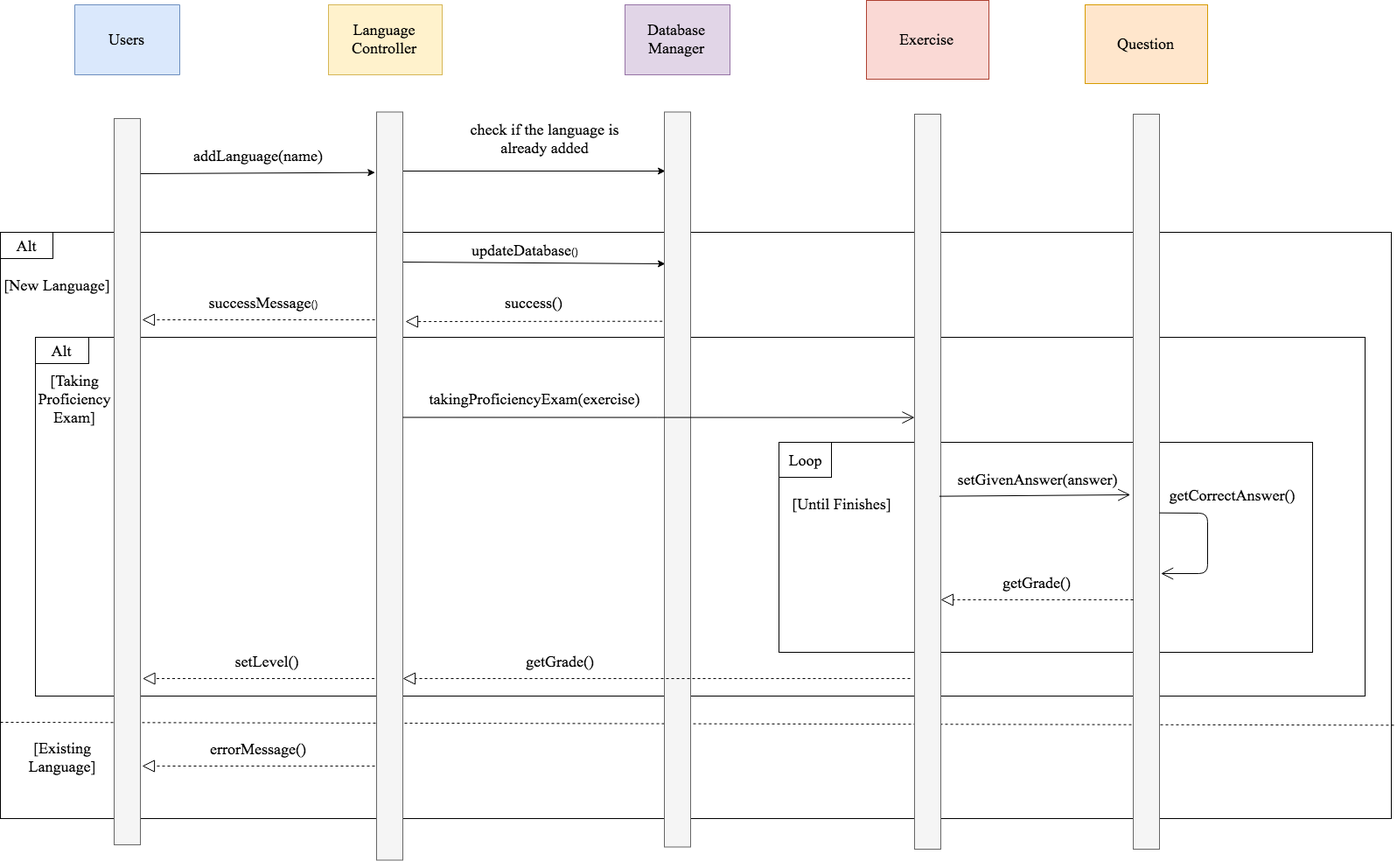
Above: images/SequenceDiagrams/addLang.png in bounswe/bounswe2019group10 (draw.io), before the change. Source tidied: cells renumbered, new cells last; positions are measured from the earlier drawing's top-left corner, leaving out a move shared by most shapes. Its diagram source:
```xml
<mxGraphModel>
  <root>
    <mxCell id="0" />
    <mxCell id="1" parent="0" />
    <mxCell id="2" style="rounded=0;whiteSpace=wrap;html=1;strokeColor=#000000;strokeWidth=1;shadow=0;comic=0;" parent="1" vertex="1">
      <mxGeometry y="265" width="1590" height="670" as="geometry" />
    </mxCell>
    <mxCell id="3" value="&lt;font style=&quot;font-size: 18px&quot; face=&quot;Times New Roman&quot;&gt;Users&lt;/font&gt;" style="html=1;direction=south;fillColor=#dae8fc;strokeColor=#6c8ebf;" parent="1" vertex="1">
      <mxGeometry x="85" y="5" width="120" height="80" as="geometry" />
    </mxCell>
    <mxCell id="4" style="endArrow=classic;html=1;entryX=-0.056;entryY=0.08;entryDx=0;entryDy=0;entryPerimeter=0;" parent="1" edge="1" target="28">
      <mxGeometry relative="1" as="geometry">
        <mxPoint x="160" y="198" as="sourcePoint" />
      </mxGeometry>
    </mxCell>
    <mxCell id="5" value="&lt;font face=&quot;Times New Roman&quot; style=&quot;font-size: 18px&quot;&gt;Language Controller&lt;/font&gt;" style="rounded=0;whiteSpace=wrap;html=1;fillColor=#fff2cc;strokeColor=#d6b656;" parent="1" vertex="1">
      <mxGeometry x="375" y="5" width="130" height="80" as="geometry" />
    </mxCell>
    <mxCell id="6" value="&lt;font face=&quot;Times New Roman&quot; style=&quot;font-size: 18px&quot;&gt;Database Manager&lt;/font&gt;" style="rounded=0;whiteSpace=wrap;html=1;fillColor=#e1d5e7;strokeColor=#9673a6;" parent="1" vertex="1">
      <mxGeometry x="714" y="5" width="120" height="80" as="geometry" />
    </mxCell>
    <mxCell id="7" value="&lt;font face=&quot;Times New Roman&quot; style=&quot;font-size: 18px&quot;&gt;addLanguage(name)&lt;/font&gt;" style="text;html=1;strokeColor=none;fillColor=none;align=center;verticalAlign=middle;whiteSpace=wrap;rounded=0;" parent="1" vertex="1">
      <mxGeometry x="200" y="167.5" width="190" height="20" as="geometry" />
    </mxCell>
    <mxCell id="8" value="&lt;font face=&quot;Times New Roman&quot; style=&quot;font-size: 18px&quot;&gt;check if the language is already added&lt;/font&gt;" style="text;html=1;strokeColor=none;fillColor=none;align=center;verticalAlign=middle;whiteSpace=wrap;rounded=0;" parent="1" vertex="1">
      <mxGeometry x="531" y="127.5" width="183" height="60" as="geometry" />
    </mxCell>
    <mxCell id="9" style="endArrow=classic;html=1;" parent="1" edge="1">
      <mxGeometry relative="1" as="geometry">
        <mxPoint x="460" y="195" as="sourcePoint" />
        <mxPoint x="760" y="195" as="targetPoint" />
      </mxGeometry>
    </mxCell>
    <mxCell id="10" style="rounded=0;whiteSpace=wrap;html=1;shadow=0;glass=0;comic=0;strokeColor=#000000;strokeWidth=1;" parent="1" vertex="1">
      <mxGeometry y="265" width="60" height="30" as="geometry" />
    </mxCell>
    <mxCell id="11" value="&lt;font face=&quot;Times New Roman&quot; style=&quot;font-size: 18px&quot;&gt;Alt&lt;/font&gt;" style="text;html=1;strokeColor=none;fillColor=none;align=center;verticalAlign=middle;whiteSpace=wrap;rounded=0;shadow=0;glass=0;comic=0;direction=south;" parent="1" vertex="1">
      <mxGeometry x="20" y="257.5" width="20" height="45" as="geometry" />
    </mxCell>
    <mxCell id="12" value="&lt;font face=&quot;Times New Roman&quot; style=&quot;font-size: 18px&quot;&gt;[New Language]&lt;/font&gt;" style="text;html=1;strokeColor=none;fillColor=none;align=center;verticalAlign=middle;whiteSpace=wrap;rounded=0;shadow=0;glass=0;comic=0;" parent="1" vertex="1">
      <mxGeometry y="315" width="130" height="20" as="geometry" />
    </mxCell>
    <mxCell id="13" style="endArrow=classic;html=1;" parent="1" edge="1">
      <mxGeometry relative="1" as="geometry">
        <mxPoint x="459" y="299" as="sourcePoint" />
        <mxPoint x="760" y="301" as="targetPoint" />
      </mxGeometry>
    </mxCell>
    <mxCell id="14" value="&lt;font face=&quot;Times New Roman&quot; style=&quot;font-size: 18px&quot;&gt;updateDatabase&lt;/font&gt;()" style="text;html=1;strokeColor=none;fillColor=none;align=center;verticalAlign=middle;whiteSpace=wrap;rounded=0;shadow=0;glass=0;comic=0;" parent="1" vertex="1">
      <mxGeometry x="500" y="275" width="200" height="20" as="geometry" />
    </mxCell>
    <mxCell id="15" value="&lt;font face=&quot;Times New Roman&quot; style=&quot;font-size: 18px&quot;&gt;success()&lt;/font&gt;" style="text;html=1;strokeColor=none;fillColor=none;align=center;verticalAlign=middle;whiteSpace=wrap;rounded=0;shadow=0;glass=0;comic=0;" parent="1" vertex="1">
      <mxGeometry x="540" y="335" width="140" height="20" as="geometry" />
    </mxCell>
    <mxCell id="16" value="&lt;font style=&quot;font-size: 18px&quot; face=&quot;Times New Roman&quot;&gt;successMessage&lt;/font&gt;()" style="text;html=1;strokeColor=none;fillColor=none;align=center;verticalAlign=middle;whiteSpace=wrap;rounded=0;shadow=0;glass=0;comic=0;" parent="1" vertex="1">
      <mxGeometry x="205" y="335" width="190" height="20" as="geometry" />
    </mxCell>
    <mxCell id="17" style="endArrow=none;dashed=1;html=1;exitX=0;exitY=0.835;exitDx=0;exitDy=0;entryX=1.002;entryY=0.842;entryDx=0;entryDy=0;exitPerimeter=0;entryPerimeter=0;" parent="1" edge="1" source="2" target="2">
      <mxGeometry relative="1" as="geometry" />
    </mxCell>
    <mxCell id="18" value="&lt;font face=&quot;Times New Roman&quot; style=&quot;font-size: 18px&quot;&gt;[Existing Language]&lt;/font&gt;" style="text;html=1;strokeColor=none;fillColor=none;align=center;verticalAlign=middle;whiteSpace=wrap;rounded=0;shadow=0;glass=0;comic=0;" parent="1" vertex="1">
      <mxGeometry x="11" y="835" width="120" height="60" as="geometry" />
    </mxCell>
    <mxCell id="19" value="&lt;font face=&quot;Times New Roman&quot; style=&quot;font-size: 18px&quot;&gt;errorMessage()&lt;/font&gt;" style="text;html=1;strokeColor=none;fillColor=none;align=center;verticalAlign=middle;whiteSpace=wrap;rounded=0;shadow=0;glass=0;comic=0;" parent="1" vertex="1">
      <mxGeometry x="225" y="845" width="140" height="20" as="geometry" />
    </mxCell>
    <mxCell id="20" style="endArrow=block;dashed=1;endFill=0;endSize=12;html=1;exitX=-0.078;exitY=0.285;exitDx=0;exitDy=0;exitPerimeter=0;" parent="1" edge="1" source="27">
      <mxGeometry relative="1" as="geometry">
        <mxPoint x="463" y="367" as="targetPoint" />
      </mxGeometry>
    </mxCell>
    <mxCell id="21" style="endArrow=block;dashed=1;endFill=0;endSize=12;html=1;" parent="1" edge="1">
      <mxGeometry relative="1" as="geometry">
        <mxPoint x="428" y="365" as="sourcePoint" />
        <mxPoint x="162" y="365" as="targetPoint" />
      </mxGeometry>
    </mxCell>
    <mxCell id="22" value="&lt;font face=&quot;Times New Roman&quot; style=&quot;font-size: 18px&quot;&gt;Exercise&lt;/font&gt;" style="html=1;fillColor=#fad9d5;strokeColor=#ae4132;" parent="1" vertex="1">
      <mxGeometry x="990" width="140" height="90" as="geometry" />
    </mxCell>
    <mxCell id="23" value="&lt;font face=&quot;Times New Roman&quot; style=&quot;font-size: 18px&quot;&gt;Question&lt;/font&gt;" style="html=1;fillColor=#ffe6cc;strokeColor=#d79b00;" parent="1" vertex="1">
      <mxGeometry x="1240" y="5" width="140" height="90" as="geometry" />
    </mxCell>
    <mxCell id="24" style="endArrow=block;dashed=1;endFill=0;endSize=12;html=1;" parent="1" edge="1">
      <mxGeometry relative="1" as="geometry">
        <mxPoint x="428" y="875" as="sourcePoint" />
        <mxPoint x="162" y="875" as="targetPoint" />
      </mxGeometry>
    </mxCell>
    <mxCell id="25" style="endArrow=open;endFill=1;endSize=12;html=1;" parent="1" edge="1">
      <mxGeometry relative="1" as="geometry">
        <mxPoint x="460" y="495" as="sourcePoint" />
        <mxPoint x="620" y="495" as="targetPoint" />
      </mxGeometry>
    </mxCell>
    <mxCell id="26" style="html=1;" parent="1" vertex="1">
      <mxGeometry x="40" y="385" width="1520" height="410" as="geometry" />
    </mxCell>
    <mxCell id="27" style="rounded=0;whiteSpace=wrap;html=1;fillColor=#f5f5f5;strokeColor=#666666;fontColor=#333333;glass=0;" parent="1" vertex="1">
      <mxGeometry x="759" y="127.5" width="30" height="840" as="geometry" />
    </mxCell>
    <mxCell id="28" style="rounded=0;whiteSpace=wrap;html=1;fillColor=#f5f5f5;strokeColor=#666666;fontColor=#333333;" parent="1" vertex="1">
      <mxGeometry x="430" y="127.5" width="30" height="855" as="geometry" />
    </mxCell>
    <mxCell id="29" style="rounded=0;whiteSpace=wrap;html=1;shadow=0;glass=0;comic=0;strokeColor=#000000;strokeWidth=1;" parent="1" vertex="1">
      <mxGeometry x="40" y="385" width="61" height="30" as="geometry" />
    </mxCell>
    <mxCell id="30" value="&lt;font face=&quot;Times New Roman&quot; style=&quot;font-size: 18px&quot;&gt;Alt&lt;/font&gt;" style="text;html=1;strokeColor=none;fillColor=none;align=center;verticalAlign=middle;whiteSpace=wrap;rounded=0;shadow=0;glass=0;comic=0;direction=south;" parent="1" vertex="1">
      <mxGeometry x="60" y="377.5" width="20" height="45" as="geometry" />
    </mxCell>
    <mxCell id="31" value="&lt;font face=&quot;Times New Roman&quot; style=&quot;font-size: 18px&quot;&gt;[Taking Proficiency Exam]&lt;/font&gt;" style="text;html=1;strokeColor=none;fillColor=none;align=center;verticalAlign=middle;whiteSpace=wrap;rounded=0;shadow=0;glass=0;comic=0;" parent="1" vertex="1">
      <mxGeometry x="20" y="445" width="130" height="20" as="geometry" />
    </mxCell>
    <mxCell id="32" style="edgeStyle=orthogonalEdgeStyle;rounded=0;orthogonalLoop=1;jettySize=auto;html=1;exitX=0.5;exitY=1;exitDx=0;exitDy=0;" parent="1" edge="1" source="31" target="31">
      <mxGeometry relative="1" as="geometry" />
    </mxCell>
    <mxCell id="33" style="endArrow=open;endFill=1;endSize=12;html=1;entryX=0;entryY=0.413;entryDx=0;entryDy=0;entryPerimeter=0;" parent="1" edge="1" target="36">
      <mxGeometry relative="1" as="geometry">
        <mxPoint x="460" y="476.5" as="sourcePoint" />
      </mxGeometry>
    </mxCell>
    <mxCell id="34" value="&lt;font face=&quot;Times New Roman&quot; style=&quot;font-size: 18px&quot;&gt;takingProficiencyExam(exercise)&lt;/font&gt;" style="text;html=1;strokeColor=none;fillColor=none;align=center;verticalAlign=middle;whiteSpace=wrap;rounded=0;shadow=0;glass=0;comic=0;" parent="1" vertex="1">
      <mxGeometry x="480" y="445" width="260" height="20" as="geometry" />
    </mxCell>
    <mxCell id="35" style="html=1;" parent="1" vertex="1">
      <mxGeometry x="890" y="505" width="610" height="240" as="geometry" />
    </mxCell>
    <mxCell id="36" style="rounded=0;whiteSpace=wrap;html=1;fillColor=#f5f5f5;strokeColor=#666666;fontColor=#333333;glass=0;" parent="1" vertex="1">
      <mxGeometry x="1045" y="130" width="30" height="840" as="geometry" />
    </mxCell>
    <mxCell id="37" style="rounded=0;whiteSpace=wrap;html=1;fillColor=#f5f5f5;strokeColor=#666666;fontColor=#333333;glass=0;" parent="1" vertex="1">
      <mxGeometry x="1295" y="130" width="30" height="840" as="geometry" />
    </mxCell>
    <mxCell id="38" style="rounded=0;whiteSpace=wrap;html=1;" parent="1" vertex="1">
      <mxGeometry x="890" y="505" width="60" height="40" as="geometry" />
    </mxCell>
    <mxCell id="39" value="&lt;font face=&quot;Times New Roman&quot; style=&quot;font-size: 18px&quot;&gt;Loop&lt;/font&gt;" style="text;html=1;strokeColor=none;fillColor=none;align=center;verticalAlign=middle;whiteSpace=wrap;rounded=0;shadow=0;glass=0;comic=0;direction=south;" parent="1" vertex="1">
      <mxGeometry x="896.5" y="508.5" width="47" height="33" as="geometry" />
    </mxCell>
    <mxCell id="40" value="&lt;font face=&quot;Times New Roman&quot; style=&quot;font-size: 18px&quot;&gt;[Until Finishes]&lt;/font&gt;" style="text;html=1;strokeColor=none;fillColor=none;align=center;verticalAlign=middle;whiteSpace=wrap;rounded=0;shadow=0;glass=0;comic=0;" parent="1" vertex="1">
      <mxGeometry x="896.5" y="565" width="130" height="20" as="geometry" />
    </mxCell>
    <mxCell id="41" style="endArrow=open;endFill=1;endSize=12;html=1;entryX=-0.111;entryY=0.518;entryDx=0;entryDy=0;entryPerimeter=0;exitX=0.944;exitY=0.52;exitDx=0;exitDy=0;exitPerimeter=0;" parent="1" edge="1" source="36" target="37">
      <mxGeometry relative="1" as="geometry" />
    </mxCell>
    <mxCell id="42" value="&lt;font face=&quot;Times New Roman&quot;&gt;&lt;span style=&quot;font-size: 18px&quot;&gt;setGivenAnswer(answer)&lt;/span&gt;&lt;/font&gt;" style="text;html=1;strokeColor=none;fillColor=none;align=center;verticalAlign=middle;whiteSpace=wrap;rounded=0;shadow=0;glass=0;comic=0;" parent="1" vertex="1">
      <mxGeometry x="1085" y="537.5" width="200" height="20" as="geometry" />
    </mxCell>
    <mxCell id="43" style="endArrow=block;dashed=1;endFill=0;endSize=12;html=1;" parent="1" edge="1">
      <mxGeometry relative="1" as="geometry">
        <mxPoint x="1295" y="685" as="sourcePoint" />
        <mxPoint x="1075" y="685" as="targetPoint" />
      </mxGeometry>
    </mxCell>
    <mxCell id="44" value="&lt;font face=&quot;Times New Roman&quot;&gt;&lt;span style=&quot;font-size: 18px&quot;&gt;getGrade()&lt;/span&gt;&lt;/font&gt;" style="text;html=1;strokeColor=none;fillColor=none;align=center;verticalAlign=middle;whiteSpace=wrap;rounded=0;shadow=0;glass=0;comic=0;" parent="1" vertex="1">
      <mxGeometry x="1085" y="655" width="200" height="20" as="geometry" />
    </mxCell>
    <mxCell id="45" style="endArrow=open;endFill=1;endSize=12;html=1;exitX=0.944;exitY=0.52;exitDx=0;exitDy=0;exitPerimeter=0;entryX=1.056;entryY=0.625;entryDx=0;entryDy=0;entryPerimeter=0;" parent="1" edge="1" target="37">
      <mxGeometry relative="1" as="geometry">
        <mxPoint x="1324.8" y="585.7" as="sourcePoint" />
        <Array as="points">
          <mxPoint x="1380" y="586" />
          <mxPoint x="1380" y="655" />
        </Array>
      </mxGeometry>
    </mxCell>
    <mxCell id="46" value="&lt;font face=&quot;Times New Roman&quot;&gt;&lt;span style=&quot;font-size: 18px&quot;&gt;getCorrectAnswer()&lt;/span&gt;&lt;/font&gt;" style="text;html=1;strokeColor=none;fillColor=none;align=center;verticalAlign=middle;whiteSpace=wrap;rounded=0;shadow=0;glass=0;comic=0;" parent="1" vertex="1">
      <mxGeometry x="1325" y="555" width="165" height="20" as="geometry" />
    </mxCell>
    <mxCell id="47" style="endArrow=block;dashed=1;endFill=0;endSize=12;html=1;" parent="1" edge="1">
      <mxGeometry relative="1" as="geometry">
        <mxPoint x="1040" y="775" as="sourcePoint" />
        <mxPoint x="460" y="775" as="targetPoint" />
      </mxGeometry>
    </mxCell>
    <mxCell id="48" value="&lt;font face=&quot;Times New Roman&quot;&gt;&lt;span style=&quot;font-size: 18px&quot;&gt;getGrade()&lt;/span&gt;&lt;/font&gt;" style="text;html=1;strokeColor=none;fillColor=none;align=center;verticalAlign=middle;whiteSpace=wrap;rounded=0;shadow=0;glass=0;comic=0;" parent="1" vertex="1">
      <mxGeometry x="540" y="745" width="200" height="20" as="geometry" />
    </mxCell>
    <mxCell id="49" style="rounded=0;whiteSpace=wrap;html=1;fillColor=#f5f5f5;strokeColor=#666666;fontColor=#333333;" parent="1" vertex="1">
      <mxGeometry x="130" y="135" width="30" height="830" as="geometry" />
    </mxCell>
    <mxCell id="50" style="endArrow=block;dashed=1;endFill=0;endSize=12;html=1;" parent="1" edge="1">
      <mxGeometry relative="1" as="geometry">
        <mxPoint x="427.5" y="775" as="sourcePoint" />
        <mxPoint x="162.5" y="775" as="targetPoint" />
      </mxGeometry>
    </mxCell>
    <mxCell id="51" value="&lt;font face=&quot;Times New Roman&quot;&gt;&lt;span style=&quot;font-size: 18px&quot;&gt;setLevel()&lt;/span&gt;&lt;/font&gt;" style="text;html=1;strokeColor=none;fillColor=none;align=center;verticalAlign=middle;whiteSpace=wrap;rounded=0;shadow=0;glass=0;comic=0;" parent="1" vertex="1">
      <mxGeometry x="203.5" y="745" width="200" height="20" as="geometry" />
    </mxCell>
  </root>
</mxGraphModel>
```
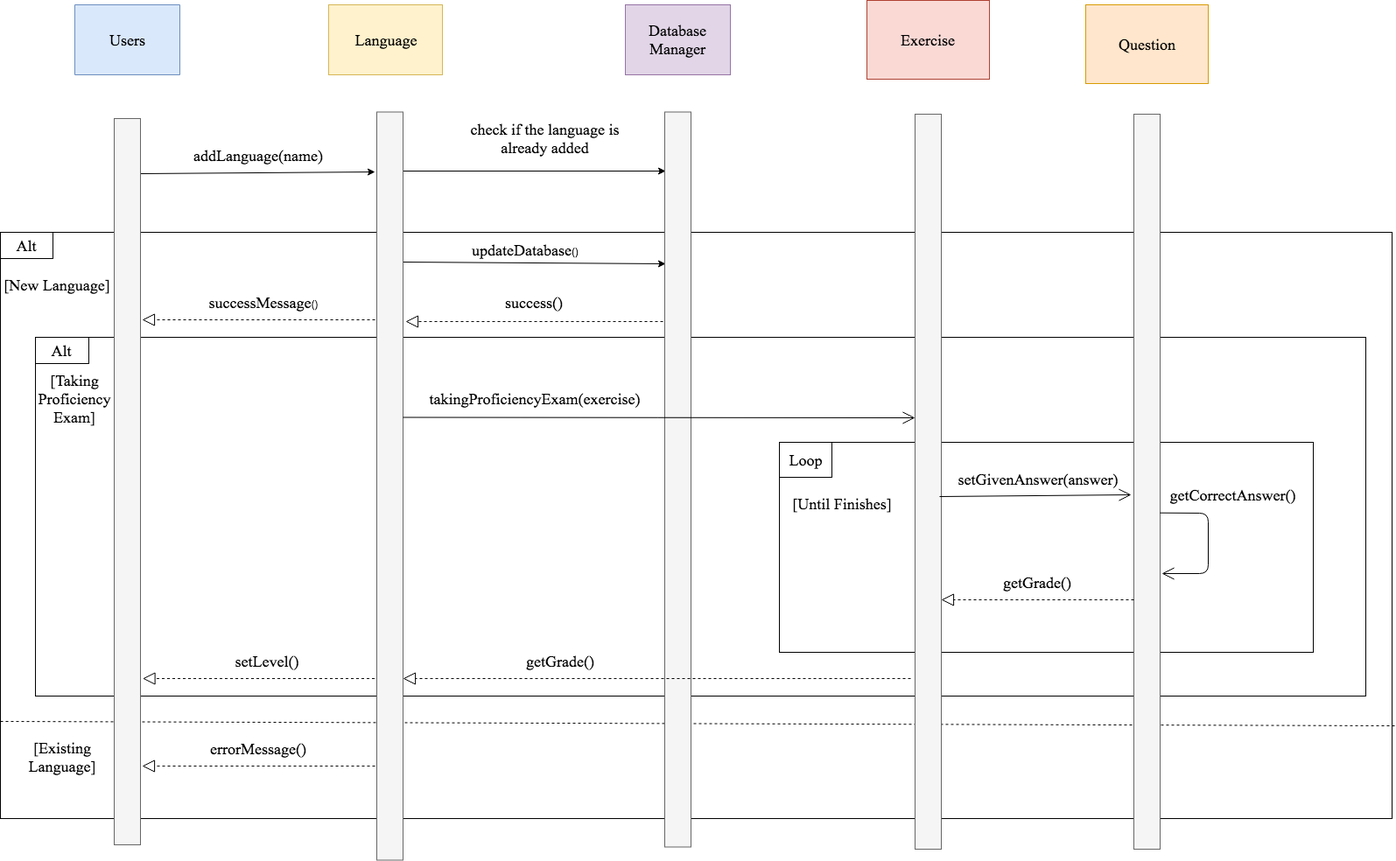
After the commit.

Diff of the diagram source:
```diff
@@ -13,7 +13,7 @@
         <mxPoint x="160" y="198" as="sourcePoint" />
       </mxGeometry>
     </mxCell>
-    <mxCell id="5" value="&lt;font face=&quot;Times New Roman&quot; style=&quot;font-size: 18px&quot;&gt;Language Controller&lt;/font&gt;" style="rounded=0;whiteSpace=wrap;html=1;fillColor=#fff2cc;strokeColor=#d6b656;" parent="1" vertex="1">
+    <mxCell id="5" value="&lt;font face=&quot;Times New Roman&quot; style=&quot;font-size: 18px&quot;&gt;Language&lt;/font&gt;" style="rounded=0;whiteSpace=wrap;html=1;fillColor=#fff2cc;strokeColor=#d6b656;" parent="1" vertex="1">
       <mxGeometry x="375" y="5" width="130" height="80" as="geometry" />
     </mxCell>
     <mxCell id="6" value="&lt;font face=&quot;Times New Roman&quot; style=&quot;font-size: 18px&quot;&gt;Database Manager&lt;/font&gt;" style="rounded=0;whiteSpace=wrap;html=1;fillColor=#e1d5e7;strokeColor=#9673a6;" parent="1" vertex="1">
```
